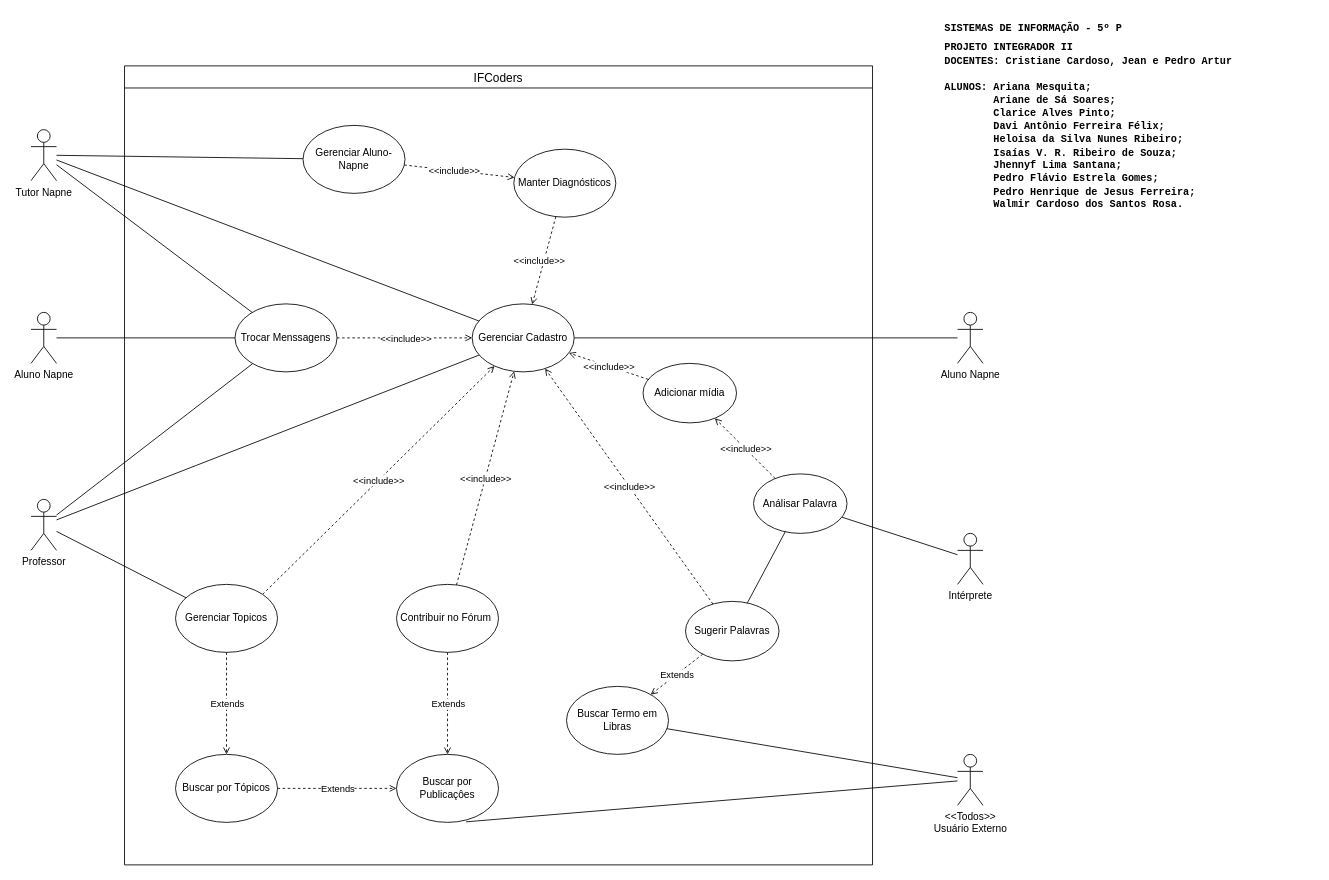
arianamesquita/IFCoders keeps this draw.io diagram as Casos_Uso.drawio. Above is the earlier version. Source tidied: cells renumbered, new cells numbered last; positions are measured from the earlier drawing's top-left corner, leaving out a move shared by most shapes. Both pictures are drawn from the tidied source at 85%, with x=0, y=0 at pixel (31, 23).
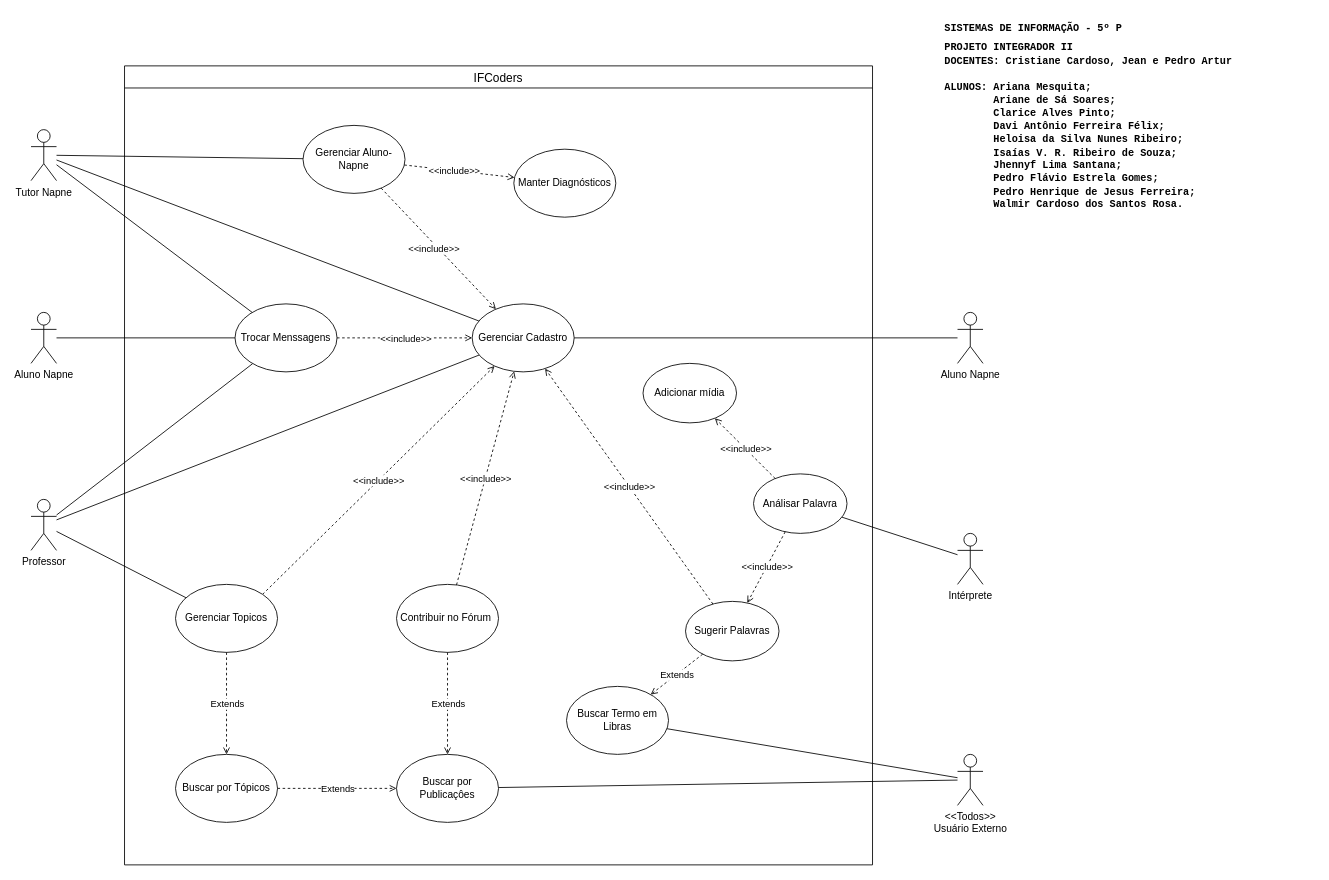
The same diagram, later.

The change refers to these unchanged cells:
```xml
<mxCell id="11" value="&amp;lt;&amp;lt;Todos&amp;gt;&amp;gt;&lt;div&gt;Usuário Externo&lt;/div&gt;" style="shape=umlActor;verticalLabelPosition=bottom;verticalAlign=top;html=1;outlineConnect=0;" parent="1" vertex="1">
  <mxGeometry x="1090" y="860" width="30" height="60" as="geometry" />
</mxCell>
<mxCell id="17" value="Manter Diagnósticos" style="ellipse;whiteSpace=wrap;html=1;" parent="1" vertex="1">
  <mxGeometry x="568" y="148" width="120" height="80" as="geometry" />
</mxCell>
<mxCell id="18" value="Gerenciar Aluno-Napne" style="ellipse;whiteSpace=wrap;html=1;" parent="1" vertex="1">
  <mxGeometry x="320" y="120" width="120" height="80" as="geometry" />
</mxCell>
<mxCell id="21" value="Gerenciar Cadastro" style="ellipse;whiteSpace=wrap;html=1;" parent="1" vertex="1">
  <mxGeometry x="519" y="330" width="120" height="80" as="geometry" />
</mxCell>
<mxCell id="30" value="Adicionar mídia" style="ellipse;whiteSpace=wrap;html=1;" parent="1" vertex="1">
  <mxGeometry x="720" y="400" width="110" height="70" as="geometry" />
</mxCell>
<mxCell id="31" value="Análisar Palavra" style="ellipse;whiteSpace=wrap;html=1;" parent="1" vertex="1">
  <mxGeometry x="850" y="530" width="110" height="70" as="geometry" />
</mxCell>
<mxCell id="34" value="Sugerir Palavras" style="ellipse;whiteSpace=wrap;html=1;" parent="1" vertex="1">
  <mxGeometry x="770" y="680" width="110" height="70" as="geometry" />
</mxCell>
<mxCell id="37" value="Buscar por Publicaçôes" style="ellipse;whiteSpace=wrap;html=1;" parent="1" vertex="1">
  <mxGeometry x="430" y="860" width="120" height="80" as="geometry" />
</mxCell>
```

Change to the diagram source:
```diff
@@
-    <mxCell id="15" style="endArrow=none;html=1;rounded=0;entryX=0.682;entryY=0.992;entryDx=0;entryDy=0;entryPerimeter=0;" parent="1" edge="1" source="11" target="37">
+    <mxCell id="15" style="endArrow=none;html=1;rounded=0;" parent="1" edge="1" source="11" target="37">
       <mxGeometry relative="1" as="geometry" />
     </mxCell>
@@
-    <mxCell id="48" style="endArrow=none;html=1;rounded=0;" parent="1" edge="1" source="34" target="31">
-      <mxGeometry relative="1" as="geometry" />
-    </mxCell>
@@
-    <mxCell id="53" style="endArrow=open;html=1;rounded=0;dashed=1;endFill=0;" parent="1" edge="1" source="17" target="21">
+    <mxCell id="53" style="endArrow=open;html=1;rounded=0;dashed=1;endFill=0;" parent="1" edge="1" source="18" target="21">
       <mxGeometry relative="1" as="geometry" />
     </mxCell>
@@
-    <mxCell id="55" style="endArrow=open;html=1;rounded=0;dashed=1;endFill=0;" parent="1" edge="1" source="30" target="21">
-      <mxGeometry relative="1" as="geometry" />
-    </mxCell>
+    <mxCell id="57" style="endArrow=open;html=1;rounded=0;dashed=1;endFill=0;" parent="1" edge="1" source="31" target="34">
+      <mxGeometry relative="1" as="geometry" />
+    </mxCell>
-    <mxCell id="56" value="&amp;lt;&amp;lt;include&amp;gt;&amp;gt;" style="edgeLabel;html=1;align=center;verticalAlign=middle;" parent="55" vertex="1">
+    <mxCell id="56" value="&amp;lt;&amp;lt;include&amp;gt;&amp;gt;" style="edgeLabel;html=1;align=center;verticalAlign=middle;" parent="57" vertex="1">
       <mxGeometry relative="1" as="geometry" />
     </mxCell>
```
